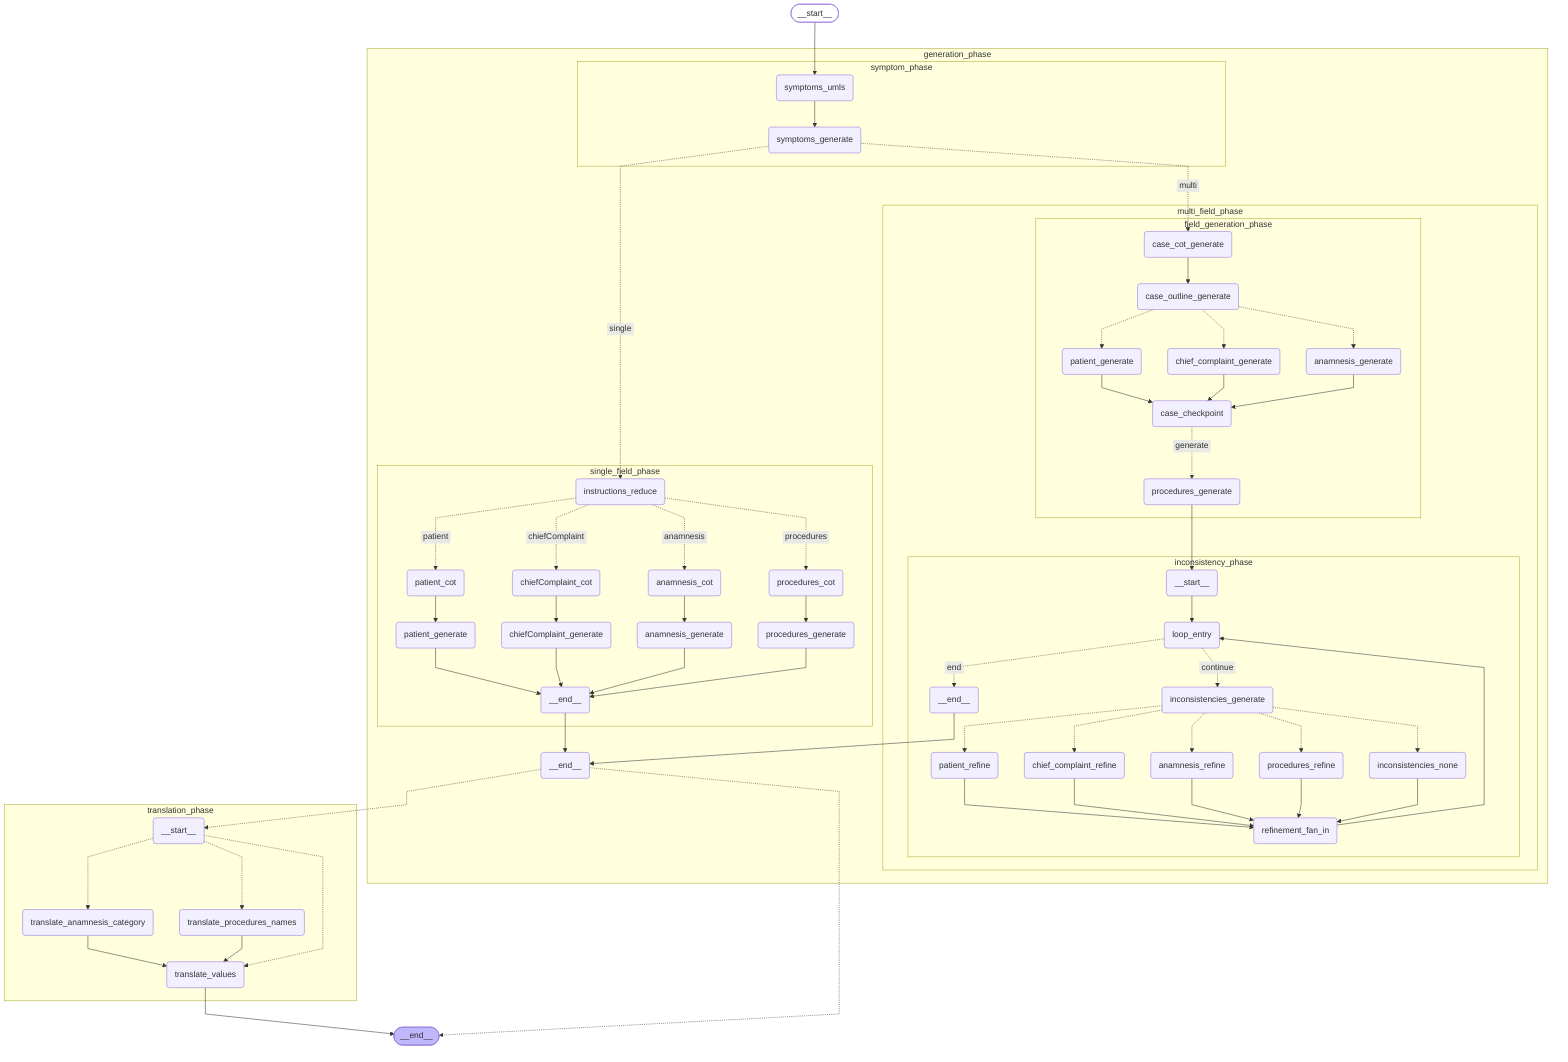
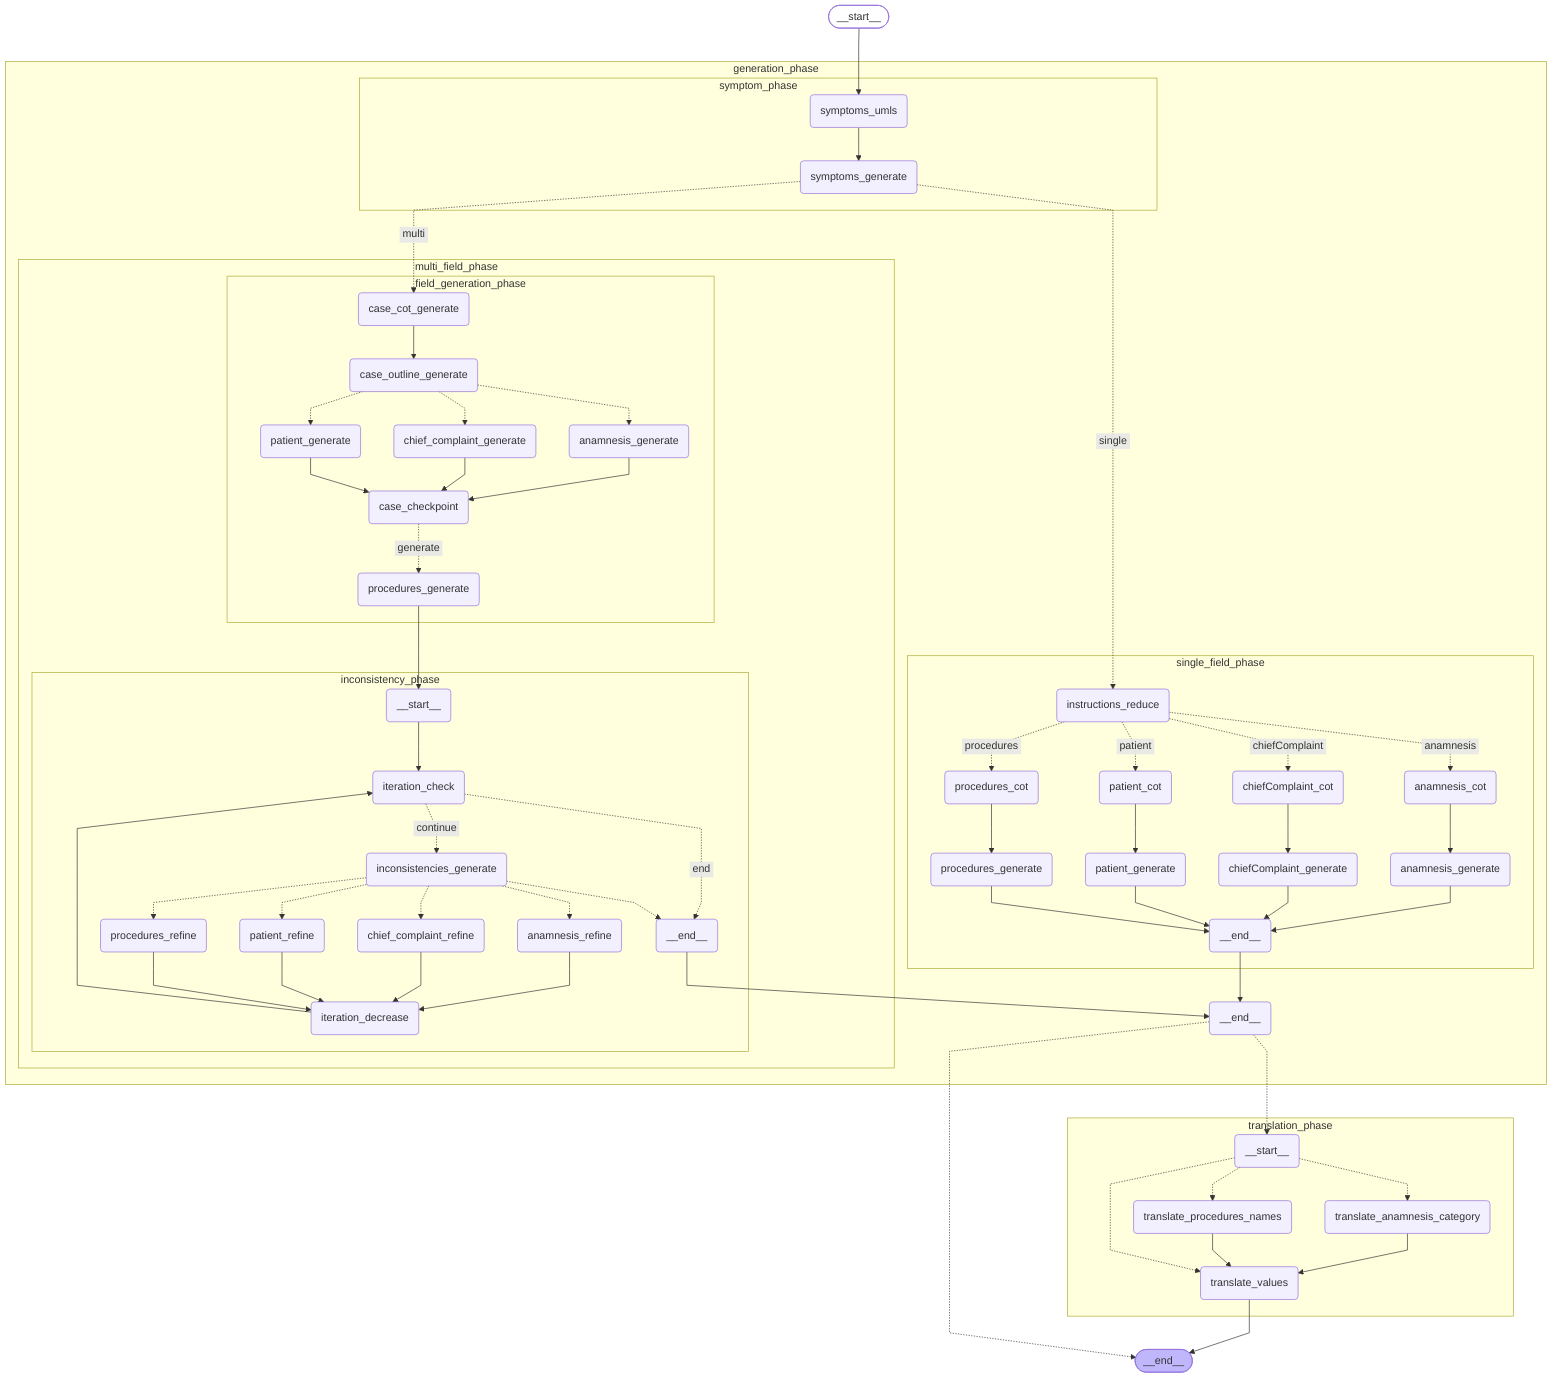
%%{init: {'flowchart': {'curve': 'linear'}}}%%
graph TD;
	__start__([<p>__start__</p>]):::first
	generation_phase_symptom_phase_symptoms_umls(symptoms_umls)
	generation_phase_symptom_phase_symptoms_generate(symptoms_generate)
	generation_phase_single_field_phase_instructions_reduce(instructions_reduce)
	generation_phase_single_field_phase_patient_cot(patient_cot)
	generation_phase_single_field_phase_patient_generate(patient_generate)
	generation_phase_single_field_phase_chiefComplaint_cot(chiefComplaint_cot)
	generation_phase_single_field_phase_chiefComplaint_generate(chiefComplaint_generate)
	generation_phase_single_field_phase_anamnesis_cot(anamnesis_cot)
	generation_phase_single_field_phase_anamnesis_generate(anamnesis_generate)
	generation_phase_single_field_phase_procedures_cot(procedures_cot)
	generation_phase_single_field_phase_procedures_generate(procedures_generate)
	generation_phase_single_field_phase___end__(<p>__end__</p>)
	generation_phase_multi_field_phase_field_generation_phase_case_cot_generate(case_cot_generate)
	generation_phase_multi_field_phase_field_generation_phase_case_outline_generate(case_outline_generate)
	generation_phase_multi_field_phase_field_generation_phase_patient_generate(patient_generate)
	generation_phase_multi_field_phase_field_generation_phase_chief_complaint_generate(chief_complaint_generate)
	generation_phase_multi_field_phase_field_generation_phase_anamnesis_generate(anamnesis_generate)
	generation_phase_multi_field_phase_field_generation_phase_case_checkpoint(case_checkpoint)
	generation_phase_multi_field_phase_field_generation_phase_procedures_generate(procedures_generate)
	generation_phase_multi_field_phase_inconsistency_phase___start__(<p>__start__</p>)
- 	generation_phase_multi_field_phase_inconsistency_phase_loop_entry(loop_entry)
+ 	generation_phase_multi_field_phase_inconsistency_phase_iteration_check(iteration_check)
	generation_phase_multi_field_phase_inconsistency_phase_inconsistencies_generate(inconsistencies_generate)
	generation_phase_multi_field_phase_inconsistency_phase_patient_refine(patient_refine)
	generation_phase_multi_field_phase_inconsistency_phase_chief_complaint_refine(chief_complaint_refine)
	generation_phase_multi_field_phase_inconsistency_phase_anamnesis_refine(anamnesis_refine)
	generation_phase_multi_field_phase_inconsistency_phase_procedures_refine(procedures_refine)
- 	generation_phase_multi_field_phase_inconsistency_phase_inconsistencies_none(inconsistencies_none)
- 	generation_phase_multi_field_phase_inconsistency_phase_refinement_fan_in(refinement_fan_in)
+ 	generation_phase_multi_field_phase_inconsistency_phase_iteration_decrease(iteration_decrease)
	generation_phase_multi_field_phase_inconsistency_phase___end__(<p>__end__</p>)
	generation_phase___end__(<p>__end__</p>)
	translation_phase___start__(<p>__start__</p>)
	translation_phase_translate_anamnesis_category(translate_anamnesis_category)
	translation_phase_translate_procedures_names(translate_procedures_names)
	translation_phase_translate_values(translate_values)
	__end__([<p>__end__</p>]):::last
	__start__ --> generation_phase_symptom_phase_symptoms_umls;
	translation_phase_translate_values --> __end__;
	generation_phase___end__ -.-> translation_phase___start__;
	generation_phase___end__ -.-> __end__;
	subgraph generation_phase
	subgraph symptom_phase
	generation_phase_symptom_phase_symptoms_umls --> generation_phase_symptom_phase_symptoms_generate;
	end
	subgraph single_field_phase
	generation_phase_single_field_phase_anamnesis_cot --> generation_phase_single_field_phase_anamnesis_generate;
	generation_phase_single_field_phase_anamnesis_generate --> generation_phase_single_field_phase___end__;
	generation_phase_single_field_phase_chiefComplaint_cot --> generation_phase_single_field_phase_chiefComplaint_generate;
	generation_phase_single_field_phase_chiefComplaint_generate --> generation_phase_single_field_phase___end__;
	generation_phase_single_field_phase_patient_cot --> generation_phase_single_field_phase_patient_generate;
	generation_phase_single_field_phase_patient_generate --> generation_phase_single_field_phase___end__;
	generation_phase_single_field_phase_procedures_cot --> generation_phase_single_field_phase_procedures_generate;
	generation_phase_single_field_phase_procedures_generate --> generation_phase_single_field_phase___end__;
	generation_phase_single_field_phase_instructions_reduce -. &nbsp;patient&nbsp; .-> generation_phase_single_field_phase_patient_cot;
	generation_phase_single_field_phase_instructions_reduce -. &nbsp;chiefComplaint&nbsp; .-> generation_phase_single_field_phase_chiefComplaint_cot;
	generation_phase_single_field_phase_instructions_reduce -. &nbsp;anamnesis&nbsp; .-> generation_phase_single_field_phase_anamnesis_cot;
	generation_phase_single_field_phase_instructions_reduce -. &nbsp;procedures&nbsp; .-> generation_phase_single_field_phase_procedures_cot;
	end
	subgraph multi_field_phase
	subgraph field_generation_phase
	generation_phase_multi_field_phase_field_generation_phase_anamnesis_generate --> generation_phase_multi_field_phase_field_generation_phase_case_checkpoint;
	generation_phase_multi_field_phase_field_generation_phase_case_cot_generate --> generation_phase_multi_field_phase_field_generation_phase_case_outline_generate;
	generation_phase_multi_field_phase_field_generation_phase_chief_complaint_generate --> generation_phase_multi_field_phase_field_generation_phase_case_checkpoint;
	generation_phase_multi_field_phase_field_generation_phase_patient_generate --> generation_phase_multi_field_phase_field_generation_phase_case_checkpoint;
	generation_phase_multi_field_phase_field_generation_phase_case_outline_generate -.-> generation_phase_multi_field_phase_field_generation_phase_patient_generate;
	generation_phase_multi_field_phase_field_generation_phase_case_outline_generate -.-> generation_phase_multi_field_phase_field_generation_phase_chief_complaint_generate;
	generation_phase_multi_field_phase_field_generation_phase_case_outline_generate -.-> generation_phase_multi_field_phase_field_generation_phase_anamnesis_generate;
	generation_phase_multi_field_phase_field_generation_phase_case_checkpoint -. &nbsp;generate&nbsp; .-> generation_phase_multi_field_phase_field_generation_phase_procedures_generate;
	end
	subgraph inconsistency_phase
- 	generation_phase_multi_field_phase_inconsistency_phase___start__ --> generation_phase_multi_field_phase_inconsistency_phase_loop_entry;
- 	generation_phase_multi_field_phase_inconsistency_phase_anamnesis_refine --> generation_phase_multi_field_phase_inconsistency_phase_refinement_fan_in;
- 	generation_phase_multi_field_phase_inconsistency_phase_chief_complaint_refine --> generation_phase_multi_field_phase_inconsistency_phase_refinement_fan_in;
- 	generation_phase_multi_field_phase_inconsistency_phase_inconsistencies_none --> generation_phase_multi_field_phase_inconsistency_phase_refinement_fan_in;
- 	generation_phase_multi_field_phase_inconsistency_phase_patient_refine --> generation_phase_multi_field_phase_inconsistency_phase_refinement_fan_in;
- 	generation_phase_multi_field_phase_inconsistency_phase_procedures_refine --> generation_phase_multi_field_phase_inconsistency_phase_refinement_fan_in;
- 	generation_phase_multi_field_phase_inconsistency_phase_refinement_fan_in --> generation_phase_multi_field_phase_inconsistency_phase_loop_entry;
- 	generation_phase_multi_field_phase_inconsistency_phase_loop_entry -. &nbsp;end&nbsp; .-> generation_phase_multi_field_phase_inconsistency_phase___end__;
- 	generation_phase_multi_field_phase_inconsistency_phase_loop_entry -. &nbsp;continue&nbsp; .-> generation_phase_multi_field_phase_inconsistency_phase_inconsistencies_generate;
+ 	generation_phase_multi_field_phase_inconsistency_phase___start__ --> generation_phase_multi_field_phase_inconsistency_phase_iteration_check;
+ 	generation_phase_multi_field_phase_inconsistency_phase_anamnesis_refine --> generation_phase_multi_field_phase_inconsistency_phase_iteration_decrease;
+ 	generation_phase_multi_field_phase_inconsistency_phase_chief_complaint_refine --> generation_phase_multi_field_phase_inconsistency_phase_iteration_decrease;
+ 	generation_phase_multi_field_phase_inconsistency_phase_iteration_decrease --> generation_phase_multi_field_phase_inconsistency_phase_iteration_check;
+ 	generation_phase_multi_field_phase_inconsistency_phase_patient_refine --> generation_phase_multi_field_phase_inconsistency_phase_iteration_decrease;
+ 	generation_phase_multi_field_phase_inconsistency_phase_procedures_refine --> generation_phase_multi_field_phase_inconsistency_phase_iteration_decrease;
+ 	generation_phase_multi_field_phase_inconsistency_phase_iteration_check -. &nbsp;end&nbsp; .-> generation_phase_multi_field_phase_inconsistency_phase___end__;
+ 	generation_phase_multi_field_phase_inconsistency_phase_iteration_check -. &nbsp;continue&nbsp; .-> generation_phase_multi_field_phase_inconsistency_phase_inconsistencies_generate;
	generation_phase_multi_field_phase_inconsistency_phase_inconsistencies_generate -.-> generation_phase_multi_field_phase_inconsistency_phase_patient_refine;
	generation_phase_multi_field_phase_inconsistency_phase_inconsistencies_generate -.-> generation_phase_multi_field_phase_inconsistency_phase_chief_complaint_refine;
	generation_phase_multi_field_phase_inconsistency_phase_inconsistencies_generate -.-> generation_phase_multi_field_phase_inconsistency_phase_anamnesis_refine;
	generation_phase_multi_field_phase_inconsistency_phase_inconsistencies_generate -.-> generation_phase_multi_field_phase_inconsistency_phase_procedures_refine;
- 	generation_phase_multi_field_phase_inconsistency_phase_inconsistencies_generate -.-> generation_phase_multi_field_phase_inconsistency_phase_inconsistencies_none;
+ 	generation_phase_multi_field_phase_inconsistency_phase_inconsistencies_generate -.-> generation_phase_multi_field_phase_inconsistency_phase___end__;
	end
	generation_phase_multi_field_phase_field_generation_phase_procedures_generate --> generation_phase_multi_field_phase_inconsistency_phase___start__;
	end
	generation_phase_multi_field_phase_inconsistency_phase___end__ --> generation_phase___end__;
	generation_phase_single_field_phase___end__ --> generation_phase___end__;
	generation_phase_symptom_phase_symptoms_generate -. &nbsp;single&nbsp; .-> generation_phase_single_field_phase_instructions_reduce;
	generation_phase_symptom_phase_symptoms_generate -. &nbsp;multi&nbsp; .-> generation_phase_multi_field_phase_field_generation_phase_case_cot_generate;
	end
	subgraph translation_phase
	translation_phase_translate_anamnesis_category --> translation_phase_translate_values;
	translation_phase_translate_procedures_names --> translation_phase_translate_values;
	translation_phase___start__ -.-> translation_phase_translate_anamnesis_category;
	translation_phase___start__ -.-> translation_phase_translate_procedures_names;
	translation_phase___start__ -.-> translation_phase_translate_values;
	end
	classDef default fill:#f2f0ff,line-height:1.2;
	classDef first fill-opacity:0;
	classDef last fill:#bfb6fc;
